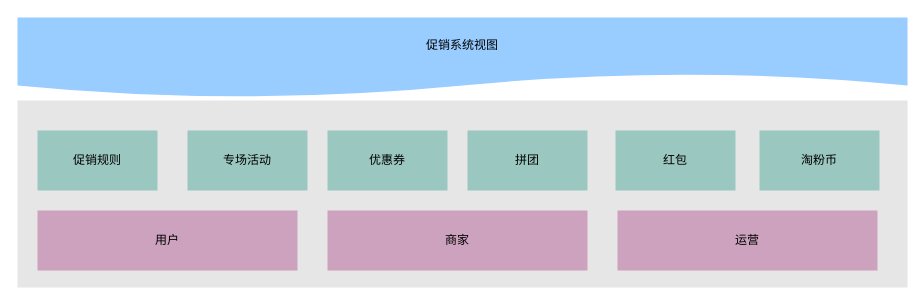
ab-doc/draw.io keeps this draw.io diagram as page "促销" (3 of 8) of src/dragon.drawio. Above is the earlier version. Source tidied: cells renumbered, new cells numbered last; positions are measured from the earlier drawing's top-left corner, leaving out a move shared by most shapes. Both pictures are drawn from the tidied source at 100%, with x=0, y=0 at pixel (17, 17).
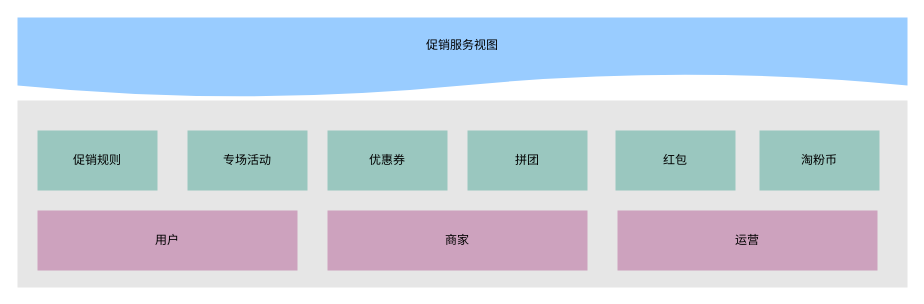
The same page after the edit.

Diff of the diagram source:
```diff
@@
 <mxGraphModel>
   <root>
     <mxCell id="0" />
     <mxCell id="1" parent="0" />
     <mxCell id="2" style="group;" parent="1" vertex="1">
       <mxGeometry width="890" height="270" as="geometry" />
     </mxCell>
-    <mxCell id="3" value="促销系统视图" style="shape=document;whiteSpace=wrap;html=1;boundedLbl=1;rounded=0;fillColor=#99CCFF;strokeColor=none;" parent="2" vertex="1">
+    <mxCell id="3" value="促销服务视图" style="shape=document;whiteSpace=wrap;html=1;boundedLbl=1;rounded=0;fillColor=#99CCFF;strokeColor=none;" parent="2" vertex="1">
       <mxGeometry width="890" height="80" as="geometry" />
     </mxCell>
     <mxCell id="4" style="rounded=0;whiteSpace=wrap;html=1;fillColor=#E6E6E6;strokeColor=none;" parent="2" vertex="1">
       <mxGeometry y="83" width="890" height="187" as="geometry" />
     </mxCell>
     <mxCell id="5" value="促销规则" style="rounded=0;whiteSpace=wrap;html=1;fillColor=#9AC7BF;strokeColor=none;" parent="2" vertex="1">
       <mxGeometry x="20" y="113" width="120" height="60" as="geometry" />
     </mxCell>
     <mxCell id="6" value="专场活动" style="rounded=0;whiteSpace=wrap;html=1;fillColor=#9AC7BF;strokeColor=none;" parent="2" vertex="1">
       <mxGeometry x="170" y="113" width="120" height="60" as="geometry" />
     </mxCell>
     <mxCell id="7" value="优惠券" style="rounded=0;whiteSpace=wrap;html=1;fillColor=#9AC7BF;strokeColor=none;" parent="2" vertex="1">
       <mxGeometry x="310" y="113" width="120" height="60" as="geometry" />
     </mxCell>
     <mxCell id="8" value="拼团" style="rounded=0;whiteSpace=wrap;html=1;fillColor=#9AC7BF;strokeColor=none;" parent="2" vertex="1">
       <mxGeometry x="450" y="113" width="120" height="60" as="geometry" />
     </mxCell>
     <mxCell id="9" value="用户" style="rounded=0;whiteSpace=wrap;html=1;fillColor=#CDA2BE;strokeColor=none;" parent="2" vertex="1">
       <mxGeometry x="20" y="193" width="260" height="60" as="geometry" />
     </mxCell>
     <mxCell id="10" value="商家" style="rounded=0;whiteSpace=wrap;html=1;fillColor=#CDA2BE;strokeColor=none;" parent="2" vertex="1">
       <mxGeometry x="310" y="193" width="260" height="60" as="geometry" />
     </mxCell>
     <mxCell id="11" value="运营" style="rounded=0;whiteSpace=wrap;html=1;fillColor=#CDA2BE;strokeColor=none;" parent="2" vertex="1">
       <mxGeometry x="600" y="193" width="260" height="60" as="geometry" />
     </mxCell>
     <mxCell id="12" value="红包" style="rounded=0;whiteSpace=wrap;html=1;fillColor=#9AC7BF;strokeColor=none;" parent="2" vertex="1">
       <mxGeometry x="598" y="113" width="120" height="60" as="geometry" />
     </mxCell>
     <mxCell id="13" value="淘粉币" style="rounded=0;whiteSpace=wrap;html=1;fillColor=#9AC7BF;strokeColor=none;" parent="2" vertex="1">
       <mxGeometry x="742" y="113" width="120" height="60" as="geometry" />
     </mxCell>
   </root>
 </mxGraphModel>
```
